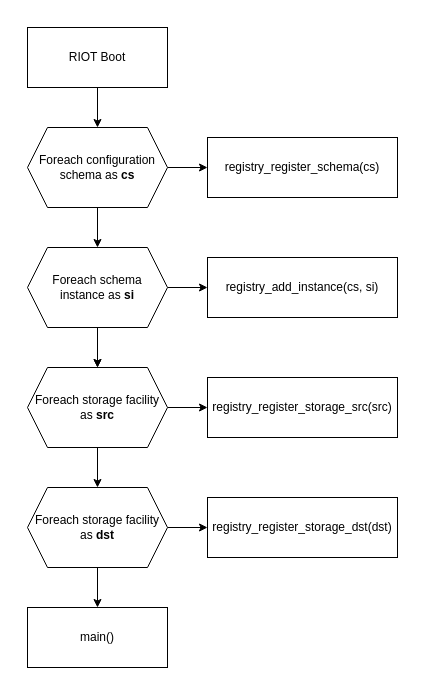
LasseRosenow/riot-runtime-config keeps this draw.io diagram as doc/drawio/boot_flow.drawio. Above is the earlier version. Source tidied: cells renumbered, new cells numbered last; positions are measured from the earlier drawing's top-left corner, leaving out a move shared by most shapes. Both pictures are drawn from the tidied source at 100%, with x=0, y=0 at pixel (17, 17).
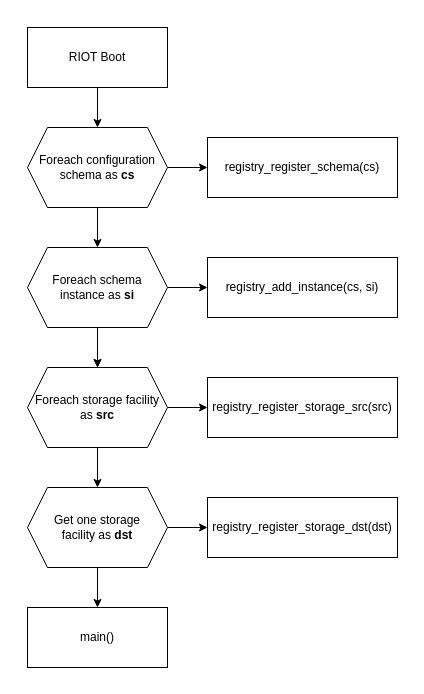
Above is the later version.

The edit, as a diff of the source:
```diff
@@
-    <mxCell id="14" value="Foreach storage facility as &lt;b&gt;dst&lt;/b&gt;" style="shape=hexagon;perimeter=hexagonPerimeter2;whiteSpace=wrap;html=1;fixedSize=1;" parent="1" vertex="1">
+    <mxCell id="14" value="Get one storage&lt;br&gt;facility as &lt;b&gt;dst&lt;/b&gt;" style="shape=hexagon;perimeter=hexagonPerimeter2;whiteSpace=wrap;html=1;fixedSize=1;" parent="1" vertex="1">
       <mxGeometry x="10" y="470" width="140" height="80" as="geometry" />
     </mxCell>
```
